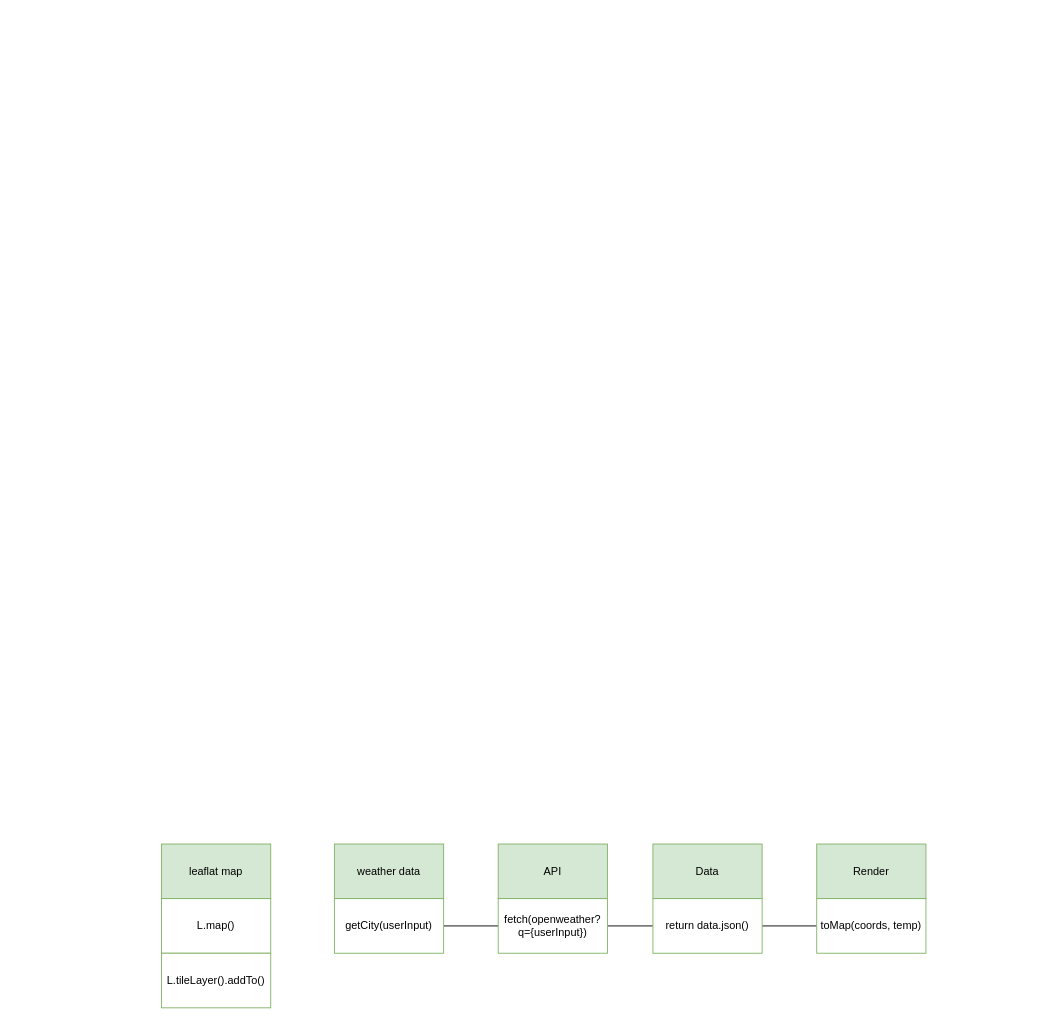
Above: Actor diagram.drawio in Jelmerovereem/web-app-from-scratch-2021 (draw.io), before the change. Source tidied: cells renumbered, new cells numbered last; positions are measured from the earlier drawing's top-left corner, leaving out a move shared by most shapes. Both pictures are drawn from the tidied source at 91%, with x=0, y=0 at pixel (161, 844).
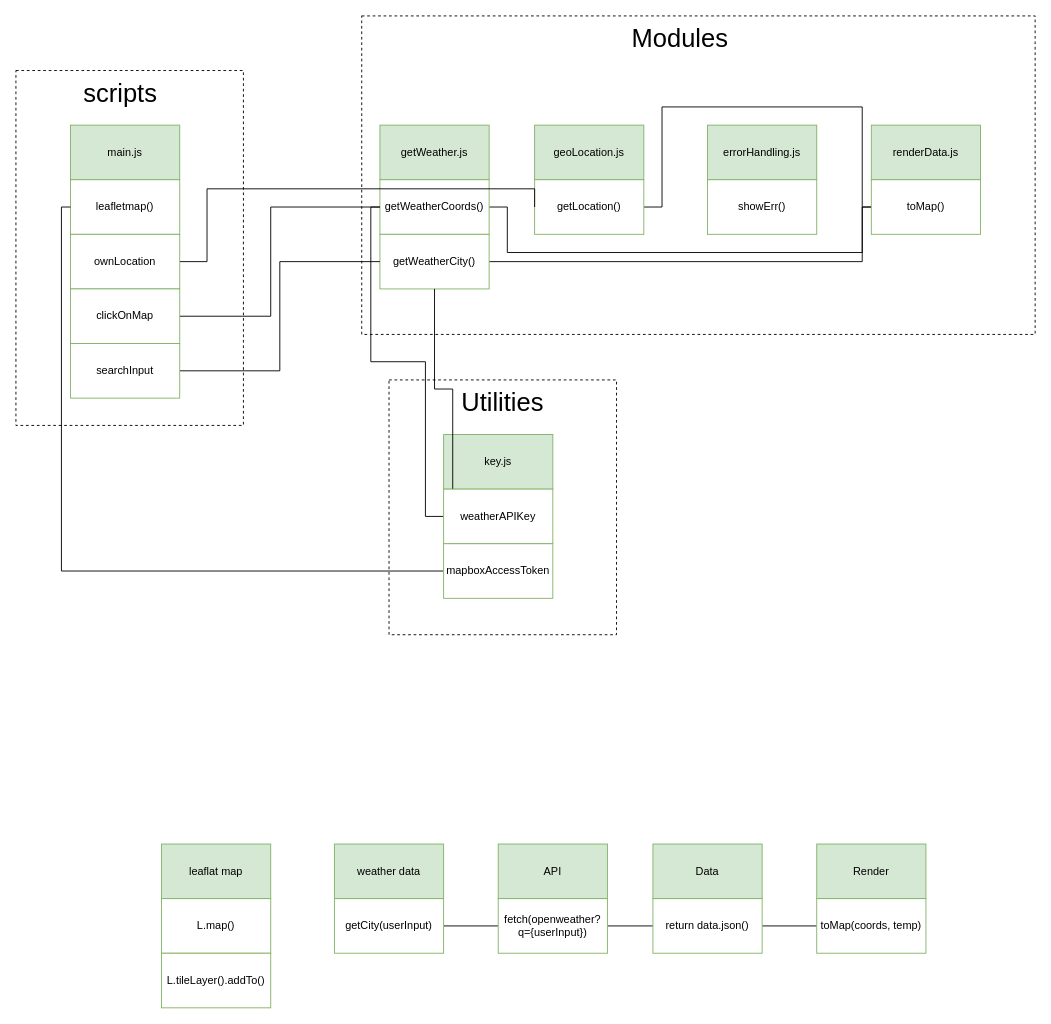
Above is the later version.

What changed in the source:
```diff
@@
+    <mxCell id="16" style="rounded=0;whiteSpace=wrap;html=1;fillColor=none;dashed=1;" parent="1" vertex="1">
+      <mxGeometry x="250" y="-510" width="250" height="280" as="geometry" />
+    </mxCell>
+    <mxCell id="17" style="rounded=0;whiteSpace=wrap;html=1;fillColor=none;dashed=1;" parent="1" vertex="1">
+      <mxGeometry x="220" y="-910" width="740" height="350" as="geometry" />
+    </mxCell>
+    <mxCell id="18" style="rounded=0;whiteSpace=wrap;html=1;fillColor=none;dashed=1;" parent="1" vertex="1">
+      <mxGeometry x="-160" y="-850" width="250" height="390" as="geometry" />
+    </mxCell>
@@
+    <mxCell id="19" value="main.js" style="rounded=0;whiteSpace=wrap;html=1;strokeColor=#82b366;fillColor=#d5e8d4;" parent="1" vertex="1">
+      <mxGeometry x="-100" y="-790" width="120" height="60" as="geometry" />
+    </mxCell>
+    <mxCell id="20" value="leafletmap()" style="rounded=0;whiteSpace=wrap;html=1;strokeColor=#82B366;" parent="1" vertex="1">
+      <mxGeometry x="-100" y="-730" width="120" height="60" as="geometry" />
+    </mxCell>
+    <mxCell id="21" value="scripts" style="text;html=1;strokeColor=none;fillColor=none;align=center;verticalAlign=middle;whiteSpace=wrap;rounded=0;fontSize=28;" parent="1" vertex="1">
+      <mxGeometry x="-90" y="-840" width="90" height="30" as="geometry" />
+    </mxCell>
+    <mxCell id="22" value="getWeather.js" style="rounded=0;whiteSpace=wrap;html=1;strokeColor=#82b366;fillColor=#d5e8d4;" parent="1" vertex="1">
+      <mxGeometry x="240" y="-790" width="120" height="60" as="geometry" />
+    </mxCell>
+    <mxCell id="23" style="edgeStyle=orthogonalEdgeStyle;rounded=0;jettySize=auto;html=1;entryX=0;entryY=0.5;entryDx=0;entryDy=0;endArrow=none;endFill=0;exitX=1;exitY=0.5;exitDx=0;exitDy=0;" parent="1" edge="1" source="24" target="34">
+      <mxGeometry relative="1" as="geometry">
+        <Array as="points">
+          <mxPoint x="380" y="-700" />
+          <mxPoint x="380" y="-650" />
+          <mxPoint x="770" y="-650" />
+          <mxPoint x="770" y="-700" />
+        </Array>
+      </mxGeometry>
+    </mxCell>
+    <mxCell id="24" value="getWeatherCoords()" style="rounded=0;whiteSpace=wrap;html=1;strokeColor=#82B366;" parent="1" vertex="1">
+      <mxGeometry x="240" y="-730" width="120" height="60" as="geometry" />
+    </mxCell>
+    <mxCell id="25" value="Modules" style="text;html=1;strokeColor=none;fillColor=none;align=center;verticalAlign=middle;whiteSpace=wrap;rounded=0;fontSize=28;" parent="1" vertex="1">
+      <mxGeometry x="510" y="-900" width="120" height="30" as="geometry" />
+    </mxCell>
+    <mxCell id="26" style="edgeStyle=orthogonalEdgeStyle;rounded=0;jettySize=auto;html=1;endArrow=none;endFill=0;" parent="1" edge="1" source="27">
+      <mxGeometry relative="1" as="geometry">
+        <mxPoint x="780" y="-700" as="targetPoint" />
+        <Array as="points">
+          <mxPoint x="770" y="-640" />
+          <mxPoint x="770" y="-700" />
+        </Array>
+      </mxGeometry>
+    </mxCell>
+    <mxCell id="27" value="getWeatherCity()" style="rounded=0;whiteSpace=wrap;html=1;strokeColor=#82B366;" parent="1" vertex="1">
+      <mxGeometry x="240" y="-670" width="120" height="60" as="geometry" />
+    </mxCell>
+    <mxCell id="28" value="geoLocation.js" style="rounded=0;whiteSpace=wrap;html=1;strokeColor=#82b366;fillColor=#d5e8d4;" parent="1" vertex="1">
+      <mxGeometry x="410" y="-790" width="120" height="60" as="geometry" />
+    </mxCell>
+    <mxCell id="29" style="edgeStyle=orthogonalEdgeStyle;rounded=0;jettySize=auto;html=1;endArrow=none;endFill=0;" parent="1" edge="1" source="30">
+      <mxGeometry relative="1" as="geometry">
+        <mxPoint x="770" y="-700" as="targetPoint" />
+        <Array as="points">
+          <mxPoint x="550" y="-700" />
+          <mxPoint x="550" y="-810" />
+          <mxPoint x="770" y="-810" />
+        </Array>
+      </mxGeometry>
+    </mxCell>
+    <mxCell id="30" value="getLocation()" style="rounded=0;whiteSpace=wrap;html=1;strokeColor=#82B366;" parent="1" vertex="1">
+      <mxGeometry x="410" y="-730" width="120" height="60" as="geometry" />
+    </mxCell>
+    <mxCell id="31" value="errorHandling.js" style="rounded=0;whiteSpace=wrap;html=1;strokeColor=#82b366;fillColor=#d5e8d4;" parent="1" vertex="1">
+      <mxGeometry x="600" y="-790" width="120" height="60" as="geometry" />
+    </mxCell>
+    <mxCell id="32" value="showErr()" style="rounded=0;whiteSpace=wrap;html=1;strokeColor=#82B366;" parent="1" vertex="1">
+      <mxGeometry x="600" y="-730" width="120" height="60" as="geometry" />
+    </mxCell>
+    <mxCell id="33" value="renderData.js" style="rounded=0;whiteSpace=wrap;html=1;strokeColor=#82b366;fillColor=#d5e8d4;" parent="1" vertex="1">
+      <mxGeometry x="780" y="-790" width="120" height="60" as="geometry" />
+    </mxCell>
+    <mxCell id="34" value="toMap()" style="rounded=0;whiteSpace=wrap;html=1;strokeColor=#82B366;" parent="1" vertex="1">
+      <mxGeometry x="780" y="-730" width="120" height="60" as="geometry" />
+    </mxCell>
+    <mxCell id="35" value="Utilities" style="text;html=1;strokeColor=none;fillColor=none;align=center;verticalAlign=middle;whiteSpace=wrap;rounded=0;fontSize=28;" parent="1" vertex="1">
+      <mxGeometry x="330" y="-500" width="90" height="30" as="geometry" />
+    </mxCell>
+    <mxCell id="36" value="key.js" style="rounded=0;whiteSpace=wrap;html=1;strokeColor=#82b366;fillColor=#d5e8d4;" parent="1" vertex="1">
+      <mxGeometry x="310" y="-450" width="120" height="60" as="geometry" />
+    </mxCell>
+    <mxCell id="37" style="edgeStyle=orthogonalEdgeStyle;rounded=0;jettySize=auto;html=1;entryX=0.5;entryY=1;entryDx=0;entryDy=0;endArrow=none;endFill=0;" parent="1" edge="1" source="39" target="27">
+      <mxGeometry relative="1" as="geometry">
+        <Array as="points">
+          <mxPoint x="320" y="-500" />
+          <mxPoint x="300" y="-500" />
+        </Array>
+      </mxGeometry>
+    </mxCell>
+    <mxCell id="38" style="edgeStyle=orthogonalEdgeStyle;rounded=0;jettySize=auto;html=1;endArrow=none;endFill=0;" parent="1" edge="1" source="39" target="24">
+      <mxGeometry relative="1" as="geometry">
+        <Array as="points">
+          <mxPoint x="290" y="-360" />
+          <mxPoint x="290" y="-530" />
+          <mxPoint x="230" y="-530" />
+          <mxPoint x="230" y="-700" />
+        </Array>
+      </mxGeometry>
+    </mxCell>
+    <mxCell id="39" value="weatherAPIKey" style="rounded=0;whiteSpace=wrap;html=1;strokeColor=#82B366;" parent="1" vertex="1">
+      <mxGeometry x="310" y="-390" width="120" height="60" as="geometry" />
+    </mxCell>
+    <mxCell id="40" style="edgeStyle=orthogonalEdgeStyle;rounded=0;jettySize=auto;html=1;endArrow=none;endFill=0;" parent="1" edge="1" source="41" target="20">
+      <mxGeometry relative="1" as="geometry">
+        <Array as="points">
+          <mxPoint x="-110" y="-300" />
+          <mxPoint x="-110" y="-700" />
+        </Array>
+      </mxGeometry>
+    </mxCell>
+    <mxCell id="41" value="mapboxAccessToken" style="rounded=0;whiteSpace=wrap;html=1;strokeColor=#82B366;" parent="1" vertex="1">
+      <mxGeometry x="310" y="-330" width="120" height="60" as="geometry" />
+    </mxCell>
+    <mxCell id="42" style="edgeStyle=orthogonalEdgeStyle;rounded=0;jettySize=auto;html=1;endArrow=none;endFill=0;exitX=1;exitY=0.5;exitDx=0;exitDy=0;entryX=0;entryY=0.5;entryDx=0;entryDy=0;" parent="1" edge="1" source="43" target="30">
+      <mxGeometry relative="1" as="geometry">
+        <Array as="points">
+          <mxPoint x="50" y="-640" />
+          <mxPoint x="50" y="-720" />
+          <mxPoint x="410" y="-720" />
+        </Array>
+      </mxGeometry>
+    </mxCell>
+    <mxCell id="43" value="ownLocation" style="rounded=0;whiteSpace=wrap;html=1;strokeColor=#82B366;" parent="1" vertex="1">
+      <mxGeometry x="-100" y="-670" width="120" height="60" as="geometry" />
+    </mxCell>
+    <mxCell id="44" style="edgeStyle=orthogonalEdgeStyle;rounded=0;jettySize=auto;html=1;entryX=0;entryY=0.5;entryDx=0;entryDy=0;endArrow=none;endFill=0;exitX=1;exitY=0.5;exitDx=0;exitDy=0;" parent="1" edge="1" source="47" target="27">
+      <mxGeometry relative="1" as="geometry" />
+    </mxCell>
+    <mxCell id="45" style="edgeStyle=orthogonalEdgeStyle;rounded=0;jettySize=auto;html=1;entryX=0;entryY=0.5;entryDx=0;entryDy=0;endArrow=none;endFill=0;" parent="1" edge="1" source="46" target="24">
+      <mxGeometry relative="1" as="geometry">
+        <Array as="points">
+          <mxPoint x="120" y="-580" />
+          <mxPoint x="120" y="-700" />
+        </Array>
+      </mxGeometry>
+    </mxCell>
+    <mxCell id="46" value="clickOnMap" style="rounded=0;whiteSpace=wrap;html=1;strokeColor=#82B366;" parent="1" vertex="1">
+      <mxGeometry x="-100" y="-610" width="120" height="60" as="geometry" />
+    </mxCell>
+    <mxCell id="47" value="searchInput" style="rounded=0;whiteSpace=wrap;html=1;strokeColor=#82B366;" parent="1" vertex="1">
+      <mxGeometry x="-100" y="-550" width="120" height="60" as="geometry" />
+    </mxCell>
```
